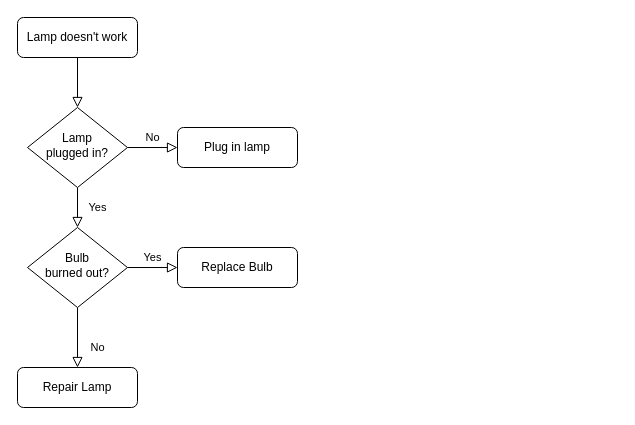
This is lonesoldier.drawio from liavbenshimon/lone-soldier, a draw.io file, before an edit. Source tidied: cells renumbered, new cells numbered last; positions are measured from the earlier drawing's top-left corner, leaving out a move shared by most shapes. Both pictures are drawn from the tidied source at 100%, with x=0, y=0 at pixel (17, 17).
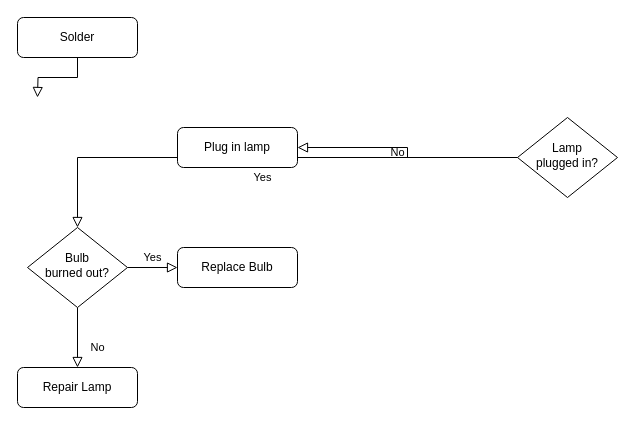
Above is the later version.

What changed in the source:
```diff
@@
 <mxGraphModel>
   <root>
     <mxCell id="0" />
     <mxCell id="1" parent="0" />
-    <mxCell id="2" style="rounded=0;html=1;jettySize=auto;fontSize=11;endArrow=block;endFill=0;endSize=8;strokeWidth=1;shadow=0;labelBackgroundColor=none;edgeStyle=orthogonalEdgeStyle;" parent="1" edge="1" source="3" target="6">
-      <mxGeometry relative="1" as="geometry" />
+    <mxCell id="2" style="rounded=0;html=1;jettySize=auto;fontSize=11;endArrow=block;endFill=0;endSize=8;strokeWidth=1;shadow=0;labelBackgroundColor=none;edgeStyle=orthogonalEdgeStyle;" parent="1" edge="1" source="3">
+      <mxGeometry relative="1" as="geometry">
+        <mxPoint x="20" y="80" as="targetPoint" />
+      </mxGeometry>
     </mxCell>
-    <mxCell id="3" value="Lamp doesn't work" style="rounded=1;whiteSpace=wrap;html=1;fontSize=12;glass=0;strokeWidth=1;shadow=0;" parent="1" vertex="1">
+    <mxCell id="3" value="Solder" style="rounded=1;whiteSpace=wrap;html=1;fontSize=12;glass=0;strokeWidth=1;shadow=0;" parent="1" vertex="1">
       <mxGeometry width="120" height="40" as="geometry" />
     </mxCell>
     <mxCell id="4" value="Yes" style="rounded=0;html=1;jettySize=auto;fontSize=11;endArrow=block;endFill=0;endSize=8;strokeWidth=1;shadow=0;labelBackgroundColor=none;edgeStyle=orthogonalEdgeStyle;" parent="1" edge="1" source="6" target="10">
       <mxGeometry y="20" relative="1" as="geometry" />
     </mxCell>
     <mxCell id="5" value="No" style="edgeStyle=orthogonalEdgeStyle;rounded=0;html=1;jettySize=auto;fontSize=11;endArrow=block;endFill=0;endSize=8;strokeWidth=1;shadow=0;labelBackgroundColor=none;" parent="1" edge="1" source="6" target="7">
       <mxGeometry y="10" relative="1" as="geometry" />
     </mxCell>
     <mxCell id="6" value="Lamp&lt;br&gt;plugged in?" style="rhombus;whiteSpace=wrap;html=1;shadow=0;fontFamily=Helvetica;fontSize=12;align=center;strokeWidth=1;spacing=6;spacingTop=-4;" parent="1" vertex="1">
-      <mxGeometry x="10" y="90" width="100" height="80" as="geometry" />
+      <mxGeometry x="500" y="100" width="100" height="80" as="geometry" />
     </mxCell>
     <mxCell id="7" value="Plug in lamp" style="rounded=1;whiteSpace=wrap;html=1;fontSize=12;glass=0;strokeWidth=1;shadow=0;" parent="1" vertex="1">
       <mxGeometry x="160" y="110" width="120" height="40" as="geometry" />
     </mxCell>
     <mxCell id="8" value="No" style="rounded=0;html=1;jettySize=auto;fontSize=11;endArrow=block;endFill=0;endSize=8;strokeWidth=1;shadow=0;labelBackgroundColor=none;edgeStyle=orthogonalEdgeStyle;" parent="1" edge="1" source="10" target="11">
       <mxGeometry x="0.33" y="20" relative="1" as="geometry" />
     </mxCell>
     <mxCell id="9" value="Yes" style="edgeStyle=orthogonalEdgeStyle;rounded=0;html=1;jettySize=auto;fontSize=11;endArrow=block;endFill=0;endSize=8;strokeWidth=1;shadow=0;labelBackgroundColor=none;" parent="1" edge="1" source="10" target="12">
       <mxGeometry y="10" relative="1" as="geometry" />
     </mxCell>
     <mxCell id="10" value="Bulb&lt;br&gt;burned out?" style="rhombus;whiteSpace=wrap;html=1;shadow=0;fontFamily=Helvetica;fontSize=12;align=center;strokeWidth=1;spacing=6;spacingTop=-4;" parent="1" vertex="1">
       <mxGeometry x="10" y="210" width="100" height="80" as="geometry" />
     </mxCell>
     <mxCell id="11" value="Repair Lamp" style="rounded=1;whiteSpace=wrap;html=1;fontSize=12;glass=0;strokeWidth=1;shadow=0;" parent="1" vertex="1">
       <mxGeometry y="350" width="120" height="40" as="geometry" />
     </mxCell>
     <mxCell id="12" value="Replace Bulb" style="rounded=1;whiteSpace=wrap;html=1;fontSize=12;glass=0;strokeWidth=1;shadow=0;" parent="1" vertex="1">
       <mxGeometry x="160" y="230" width="120" height="40" as="geometry" />
     </mxCell>
   </root>
 </mxGraphModel>
```
